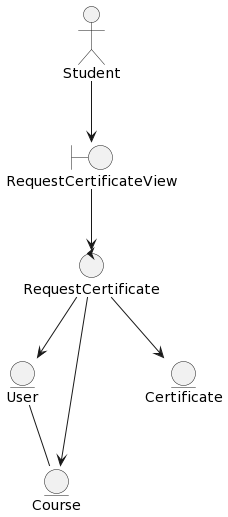
Earlier version of the PlantUML export docs/logicalView/analysisView/classAnalysis/DiagramaClasesDeAnalisisSolicitarCertificado/DiagramaClasesDeAnalisisSolicitarCertificado.png (Carverz/IS-022023_Proyecto-Grupo-4).
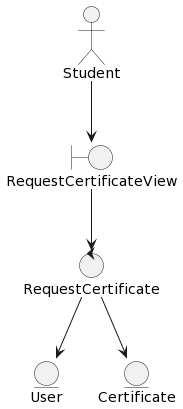
Later version of the same file.

The edit, as a diff of the source:
```diff
@@ -8,15 +8,11 @@
 
 
 entity "User" as o4
-entity "Course" as o5
 entity "Certificate" as o6
 
 o1 --> RequestCertificateView
 
 RequestCertificateView --> o2
 o2 --> o4
-o2 --> o5
-
-o4 -- o5
 o2 --> o6
 @enduml
```
